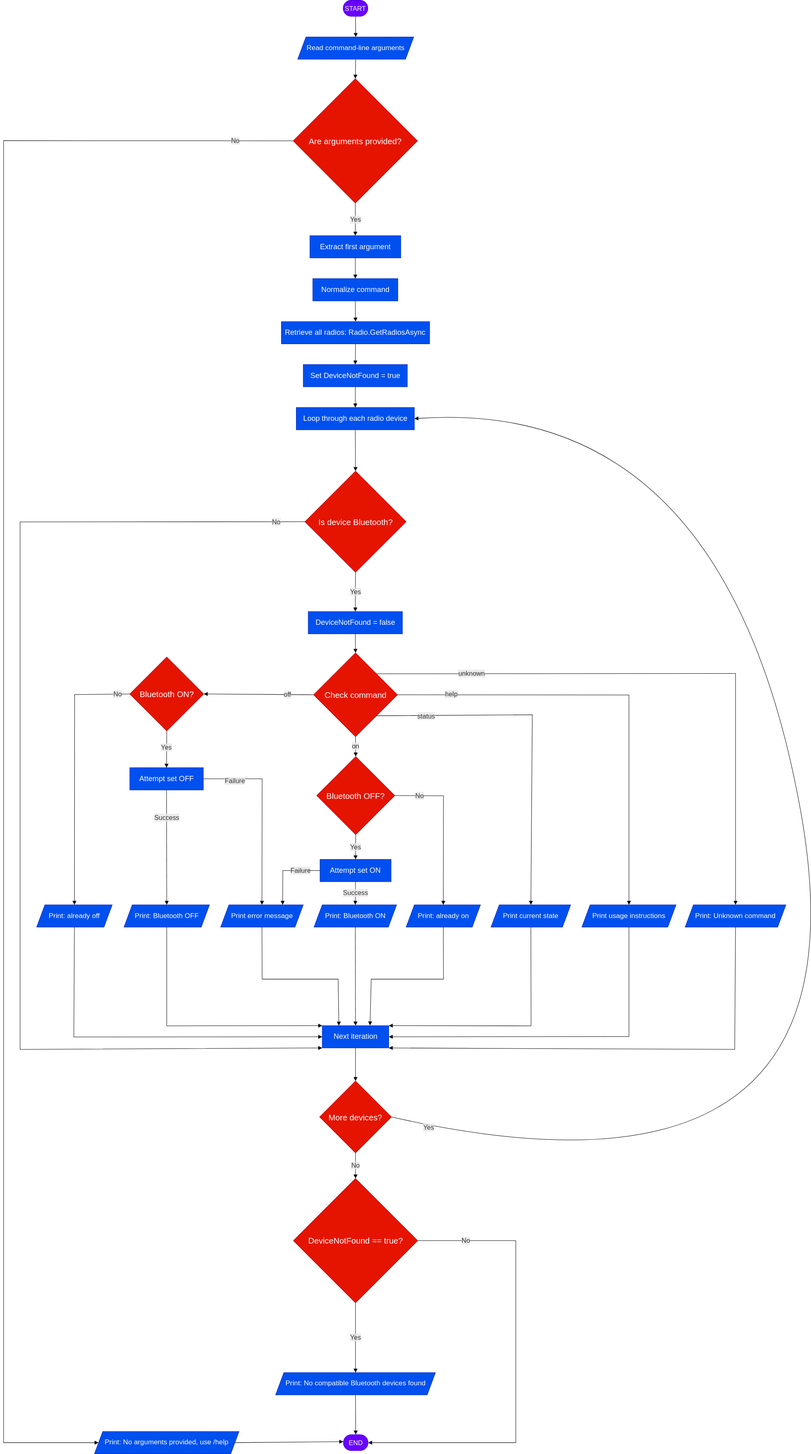
KiyomizuSuzu/Bluetooth keeps this draw.io diagram as Bluetooth.drawio.svg. Above is the earlier version. Source tidied: cells renumbered, new cells last; positions are measured from the earlier drawing's top-left corner, leaving out a move shared by most shapes.
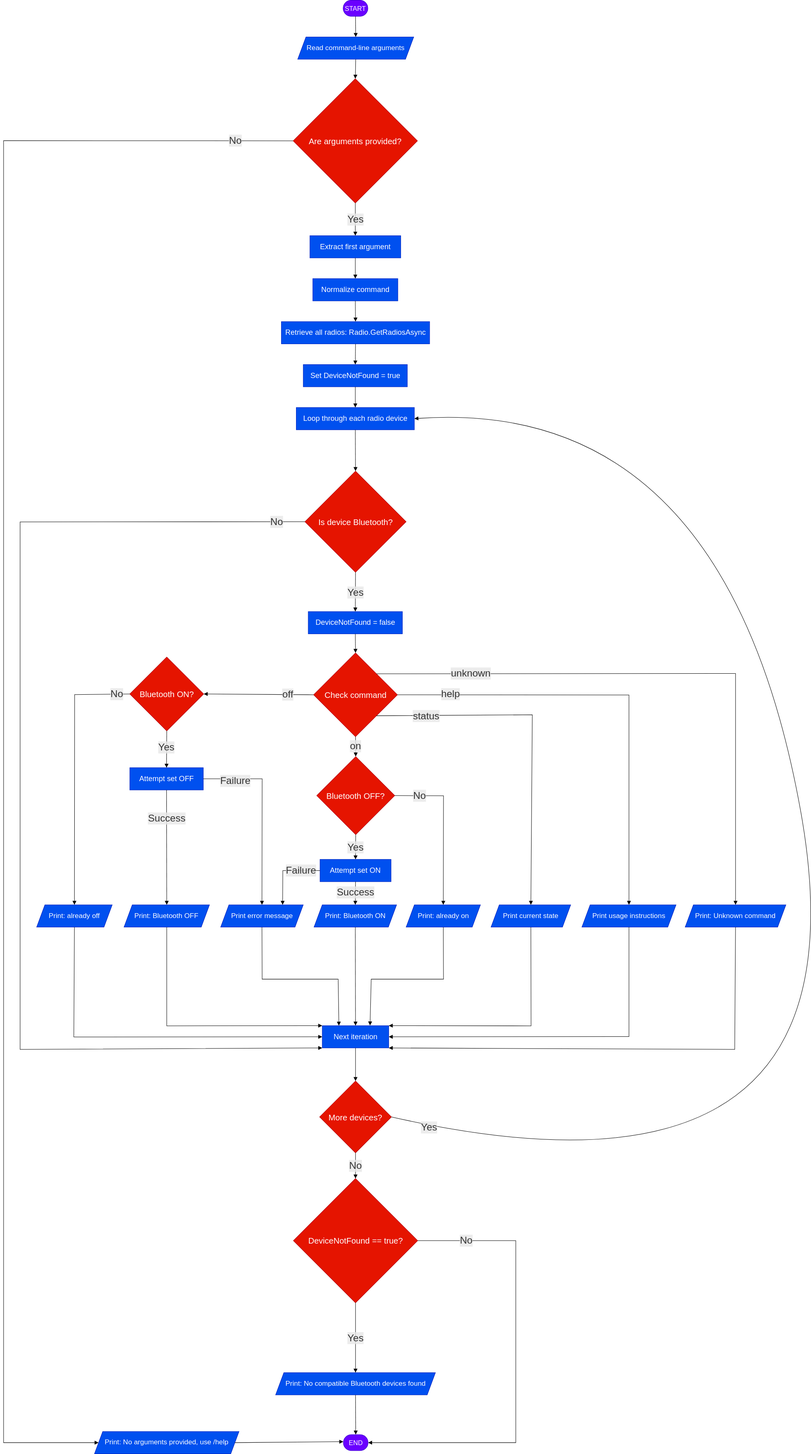
The same file after the commit.

The edit, as a diff of the source:
```diff
@@ -95,7 +95,7 @@
     <mxCell id="32" style="curved=1;startArrow=none;endArrow=block;endSize=7;exitX=0.5;exitY=1;entryX=0.5;entryY=0;rounded=0;" parent="1" edge="1" source="3" target="4">
       <mxGeometry relative="1" as="geometry" />
     </mxCell>
-    <mxCell id="33" value="No" style="curved=0;startArrow=none;endArrow=block;endSize=7;html=1;fontSize=16;labelBackgroundColor=light-dark(#E8E8E88D,#2a2a2a8D);fontFamily=Trebuchet MS,Verdana,Arial,sans-serif;fontColor=light-dark(#333333,#cccccc);exitX=0;exitY=0.5;entryX=0;entryY=0.5;rounded=0;exitDx=0;exitDy=0;entryDx=0;entryDy=0;" parent="1" edge="1" source="4" target="5">
+    <mxCell id="33" value="No" style="curved=0;startArrow=none;endArrow=block;endSize=7;html=1;fontSize=24;labelBackgroundColor=light-dark(#E8E8E88D,#2a2a2a8D);fontFamily=Trebuchet MS,Verdana,Arial,sans-serif;fontColor=light-dark(#333333,#cccccc);exitX=0;exitY=0.5;entryX=0;entryY=0.5;rounded=0;exitDx=0;exitDy=0;entryDx=0;entryDy=0;" parent="1" edge="1" source="4" target="5">
       <mxGeometry x="-0.93" relative="1" as="geometry">
         <Array as="points">
           <mxPoint y="340" />
@@ -106,7 +106,7 @@
     <mxCell id="34" style="curved=1;startArrow=none;endArrow=block;endSize=7;exitX=1;exitY=0.5;entryX=0;entryY=0.44;rounded=0;exitDx=0;exitDy=0;" parent="1" edge="1" source="5" target="6">
       <mxGeometry relative="1" as="geometry" />
     </mxCell>
-    <mxCell id="35" value="Yes" style="curved=1;startArrow=none;endArrow=block;endSize=7;html=1;fontSize=16;labelBackgroundColor=light-dark(#E8E8E88D,#2a2a2a8D);fontFamily=Trebuchet MS,Verdana,Arial,sans-serif;fontColor=light-dark(#333333,#cccccc);exitX=0.5;exitY=1;entryX=0.5;entryY=0;rounded=0;exitDx=0;exitDy=0;" parent="1" edge="1" source="4" target="7">
+    <mxCell id="35" value="Yes" style="curved=1;startArrow=none;endArrow=block;endSize=7;html=1;fontSize=24;labelBackgroundColor=light-dark(#E8E8E88D,#2a2a2a8D);fontFamily=Trebuchet MS,Verdana,Arial,sans-serif;fontColor=light-dark(#333333,#cccccc);exitX=0.5;exitY=1;entryX=0.5;entryY=0;rounded=0;exitDx=0;exitDy=0;" parent="1" edge="1" source="4" target="7">
       <mxGeometry relative="1" as="geometry" />
     </mxCell>
     <mxCell id="36" style="curved=1;startArrow=none;endArrow=block;endSize=7;exitX=0.5;exitY=1;entryX=0.5;entryY=0;rounded=0;" parent="1" edge="1" source="7" target="8">
@@ -124,7 +124,7 @@
     <mxCell id="40" style="curved=1;startArrow=none;endArrow=block;endSize=7;entryX=0.5;entryY=0;rounded=0;exitX=0.5;exitY=1;exitDx=0;exitDy=0;" parent="1" edge="1" source="11" target="12">
       <mxGeometry relative="1" as="geometry" />
     </mxCell>
-    <mxCell id="41" value="No" style="curved=0;startArrow=none;endArrow=block;endSize=7;html=1;fontSize=16;labelBackgroundColor=light-dark(#E8E8E88D,#2a2a2a8D);fontFamily=Trebuchet MS,Verdana,Arial,sans-serif;fontColor=light-dark(#333333,#cccccc);exitX=0;exitY=0.5;rounded=0;exitDx=0;exitDy=0;entryX=0;entryY=1;entryDx=0;entryDy=0;" parent="1" edge="1" source="12" target="13">
+    <mxCell id="41" value="No" style="curved=0;startArrow=none;endArrow=block;endSize=7;html=1;fontSize=24;labelBackgroundColor=light-dark(#E8E8E88D,#2a2a2a8D);fontFamily=Trebuchet MS,Verdana,Arial,sans-serif;fontColor=light-dark(#333333,#cccccc);exitX=0;exitY=0.5;rounded=0;exitDx=0;exitDy=0;entryX=0;entryY=1;entryDx=0;entryDy=0;" parent="1" edge="1" source="12" target="13">
       <mxGeometry x="-0.95" relative="1" as="geometry">
         <Array as="points">
           <mxPoint x="40" y="1263" />
@@ -132,73 +132,73 @@
         </Array>
       </mxGeometry>
     </mxCell>
-    <mxCell id="42" value="Yes" style="curved=1;startArrow=none;endArrow=block;endSize=7;html=1;fontSize=16;labelBackgroundColor=light-dark(#E8E8E88D,#2a2a2a8D);fontFamily=Trebuchet MS,Verdana,Arial,sans-serif;fontColor=light-dark(#333333,#cccccc);exitX=0.5;exitY=1;entryX=0.5;entryY=0;rounded=0;exitDx=0;exitDy=0;" parent="1" edge="1" source="12" target="14">
+    <mxCell id="42" value="Yes" style="curved=1;startArrow=none;endArrow=block;endSize=7;html=1;fontSize=24;labelBackgroundColor=light-dark(#E8E8E88D,#2a2a2a8D);fontFamily=Trebuchet MS,Verdana,Arial,sans-serif;fontColor=light-dark(#333333,#cccccc);exitX=0.5;exitY=1;entryX=0.5;entryY=0;rounded=0;exitDx=0;exitDy=0;" parent="1" edge="1" source="12" target="14">
       <mxGeometry relative="1" as="geometry" />
     </mxCell>
     <mxCell id="43" style="curved=1;startArrow=none;endArrow=block;endSize=7;exitX=0.5;exitY=1;entryX=0.5;entryY=0;rounded=0;" parent="1" edge="1" source="14" target="15">
       <mxGeometry relative="1" as="geometry" />
     </mxCell>
-    <mxCell id="44" value="off" style="curved=1;startArrow=none;endArrow=block;endSize=7;html=1;fontSize=16;labelBackgroundColor=light-dark(#E8E8E88D,#2a2a2a8D);fontFamily=Trebuchet MS,Verdana,Arial,sans-serif;fontColor=light-dark(#333333,#cccccc);exitX=0;exitY=0.5;entryX=1;entryY=0.5;rounded=0;entryDx=0;entryDy=0;exitDx=0;exitDy=0;" parent="1" edge="1" source="15" target="16">
+    <mxCell id="44" value="off" style="curved=1;startArrow=none;endArrow=block;endSize=7;html=1;fontSize=24;labelBackgroundColor=light-dark(#E8E8E88D,#2a2a2a8D);fontFamily=Trebuchet MS,Verdana,Arial,sans-serif;fontColor=light-dark(#333333,#cccccc);exitX=0;exitY=0.5;entryX=1;entryY=0.5;rounded=0;entryDx=0;entryDy=0;exitDx=0;exitDy=0;" parent="1" edge="1" source="15" target="16">
       <mxGeometry x="-0.53" relative="1" as="geometry" />
     </mxCell>
-    <mxCell id="45" value="&lt;div&gt;No&lt;/div&gt;" style="curved=0;startArrow=none;endArrow=block;endSize=7;html=1;fontSize=16;labelBackgroundColor=light-dark(#E8E8E88D,#2a2a2a8D);fontFamily=Trebuchet MS,Verdana,Arial,sans-serif;fontColor=light-dark(#333333,#cccccc);exitX=0;exitY=0.5;rounded=0;exitDx=0;exitDy=0;entryX=0.5;entryY=0;entryDx=0;entryDy=0;" parent="1" edge="1" source="16" target="20">
+    <mxCell id="45" value="&lt;div&gt;No&lt;/div&gt;" style="curved=0;startArrow=none;endArrow=block;endSize=7;html=1;fontSize=24;labelBackgroundColor=light-dark(#E8E8E88D,#2a2a2a8D);fontFamily=Trebuchet MS,Verdana,Arial,sans-serif;fontColor=light-dark(#333333,#cccccc);exitX=0;exitY=0.5;rounded=0;exitDx=0;exitDy=0;entryX=0.5;entryY=0;entryDx=0;entryDy=0;" parent="1" edge="1" source="16" target="20">
       <mxGeometry x="-0.9" relative="1" as="geometry">
         <Array as="points">
           <mxPoint x="172" y="1681" />
         </Array>
       </mxGeometry>
     </mxCell>
-    <mxCell id="46" value="Success" style="curved=0;startArrow=none;endArrow=block;endSize=7;html=1;fontSize=16;labelBackgroundColor=light-dark(#E8E8E88D,#2a2a2a8D);fontFamily=Trebuchet MS,Verdana,Arial,sans-serif;fontColor=light-dark(#333333,#cccccc);exitX=0.5;exitY=1;entryX=0.5;entryY=0;rounded=0;exitDx=0;exitDy=0;" parent="1" edge="1" source="17" target="18">
+    <mxCell id="46" value="Success" style="curved=0;startArrow=none;endArrow=block;endSize=7;html=1;fontSize=24;labelBackgroundColor=light-dark(#E8E8E88D,#2a2a2a8D);fontFamily=Trebuchet MS,Verdana,Arial,sans-serif;fontColor=light-dark(#333333,#cccccc);exitX=0.5;exitY=1;entryX=0.5;entryY=0;rounded=0;exitDx=0;exitDy=0;" parent="1" edge="1" source="17" target="18">
       <mxGeometry x="-0.51" relative="1" as="geometry" />
     </mxCell>
-    <mxCell id="47" value="Failure" style="curved=0;startArrow=none;endArrow=block;endSize=7;html=1;fontSize=16;labelBackgroundColor=light-dark(#E8E8E88D,#2a2a2a8D);fontFamily=Trebuchet MS,Verdana,Arial,sans-serif;fontColor=light-dark(#333333,#cccccc);exitX=1;exitY=0.5;entryX=0.5;entryY=0;rounded=0;exitDx=0;exitDy=0;entryDx=0;entryDy=0;" parent="1" edge="1" source="17" target="19">
+    <mxCell id="47" value="Failure" style="curved=0;startArrow=none;endArrow=block;endSize=7;html=1;fontSize=24;labelBackgroundColor=light-dark(#E8E8E88D,#2a2a2a8D);fontFamily=Trebuchet MS,Verdana,Arial,sans-serif;fontColor=light-dark(#333333,#cccccc);exitX=1;exitY=0.5;entryX=0.5;entryY=0;rounded=0;exitDx=0;exitDy=0;entryDx=0;entryDy=0;" parent="1" edge="1" source="17" target="19">
       <mxGeometry x="-0.66" y="-5" relative="1" as="geometry">
         <Array as="points">
           <mxPoint x="626" y="1885" />
         </Array>
       </mxGeometry>
     </mxCell>
-    <mxCell id="48" value="Yes" style="curved=0;startArrow=none;endArrow=block;endSize=7;html=1;fontSize=16;labelBackgroundColor=light-dark(#E8E8E88D,#2a2a2a8D);fontFamily=Trebuchet MS,Verdana,Arial,sans-serif;fontColor=light-dark(#333333,#cccccc);exitX=0.5;exitY=1;rounded=0;exitDx=0;exitDy=0;entryX=0.5;entryY=0;entryDx=0;entryDy=0;" parent="1" edge="1" source="16" target="17">
+    <mxCell id="48" value="Yes" style="curved=0;startArrow=none;endArrow=block;endSize=7;html=1;fontSize=24;labelBackgroundColor=light-dark(#E8E8E88D,#2a2a2a8D);fontFamily=Trebuchet MS,Verdana,Arial,sans-serif;fontColor=light-dark(#333333,#cccccc);exitX=0.5;exitY=1;rounded=0;exitDx=0;exitDy=0;entryX=0.5;entryY=0;entryDx=0;entryDy=0;" parent="1" edge="1" source="16" target="17">
       <mxGeometry x="-0.12" y="-1" relative="1" as="geometry" />
     </mxCell>
-    <mxCell id="49" value="on" style="curved=0;startArrow=none;endArrow=block;endSize=7;html=1;fontSize=16;labelBackgroundColor=light-dark(#E8E8E88D,#2a2a2a8D);fontFamily=Trebuchet MS,Verdana,Arial,sans-serif;fontColor=light-dark(#333333,#cccccc);exitX=0.5;exitY=1;entryX=0.5;entryY=0;rounded=0;exitDx=0;exitDy=0;" parent="1" edge="1" source="15" target="21">
+    <mxCell id="49" value="on" style="curved=0;startArrow=none;endArrow=block;endSize=7;html=1;fontSize=24;labelBackgroundColor=light-dark(#E8E8E88D,#2a2a2a8D);fontFamily=Trebuchet MS,Verdana,Arial,sans-serif;fontColor=light-dark(#333333,#cccccc);exitX=0.5;exitY=1;entryX=0.5;entryY=0;rounded=0;exitDx=0;exitDy=0;" parent="1" edge="1" source="15" target="21">
       <mxGeometry relative="1" as="geometry" />
     </mxCell>
-    <mxCell id="50" value="Yes" style="curved=1;startArrow=none;endArrow=block;endSize=7;html=1;fontSize=16;labelBackgroundColor=light-dark(#E8E8E88D,#2a2a2a8D);fontFamily=Trebuchet MS,Verdana,Arial,sans-serif;fontColor=light-dark(#333333,#cccccc);exitX=0.5;exitY=1;entryX=0.5;entryY=0;rounded=0;exitDx=0;exitDy=0;" parent="1" edge="1" source="21" target="22">
+    <mxCell id="50" value="Yes" style="curved=1;startArrow=none;endArrow=block;endSize=7;html=1;fontSize=24;labelBackgroundColor=light-dark(#E8E8E88D,#2a2a2a8D);fontFamily=Trebuchet MS,Verdana,Arial,sans-serif;fontColor=light-dark(#333333,#cccccc);exitX=0.5;exitY=1;entryX=0.5;entryY=0;rounded=0;exitDx=0;exitDy=0;" parent="1" edge="1" source="21" target="22">
       <mxGeometry relative="1" as="geometry" />
     </mxCell>
-    <mxCell id="51" value="Failure" style="curved=0;startArrow=none;endArrow=block;endSize=7;html=1;fontSize=16;labelBackgroundColor=light-dark(#E8E8E88D,#2a2a2a8D);fontFamily=Trebuchet MS,Verdana,Arial,sans-serif;fontColor=light-dark(#333333,#cccccc);rounded=0;exitDx=0;exitDy=0;entryDx=0;entryDy=0;entryX=0.75;entryY=0;exitX=0;exitY=0.5;" parent="1" edge="1" source="22" target="19">
+    <mxCell id="51" value="Failure" style="curved=0;startArrow=none;endArrow=block;endSize=7;html=1;fontSize=24;labelBackgroundColor=light-dark(#E8E8E88D,#2a2a2a8D);fontFamily=Trebuchet MS,Verdana,Arial,sans-serif;fontColor=light-dark(#333333,#cccccc);rounded=0;exitDx=0;exitDy=0;entryDx=0;entryDy=0;entryX=0.75;entryY=0;exitX=0;exitY=0.5;" parent="1" edge="1" source="22" target="19">
       <mxGeometry x="-0.47" relative="1" as="geometry">
         <Array as="points">
           <mxPoint x="676" y="2107" />
         </Array>
       </mxGeometry>
     </mxCell>
-    <mxCell id="52" value="Success" style="curved=1;startArrow=none;endArrow=block;endSize=7;html=1;fontSize=16;labelBackgroundColor=light-dark(#E8E8E88D,#2a2a2a8D);fontFamily=Trebuchet MS,Verdana,Arial,sans-serif;fontColor=light-dark(#333333,#cccccc);exitX=0.5;exitY=1;rounded=0;exitDx=0;exitDy=0;entryX=0.5;entryY=0;entryDx=0;entryDy=0;" parent="1" edge="1" source="22" target="23">
+    <mxCell id="52" value="Success" style="curved=1;startArrow=none;endArrow=block;endSize=7;html=1;fontSize=24;labelBackgroundColor=light-dark(#E8E8E88D,#2a2a2a8D);fontFamily=Trebuchet MS,Verdana,Arial,sans-serif;fontColor=light-dark(#333333,#cccccc);exitX=0.5;exitY=1;rounded=0;exitDx=0;exitDy=0;entryX=0.5;entryY=0;entryDx=0;entryDy=0;" parent="1" edge="1" source="22" target="23">
       <mxGeometry x="-0.07" relative="1" as="geometry" />
     </mxCell>
-    <mxCell id="53" value="No" style="curved=0;startArrow=none;endArrow=block;endSize=7;html=1;fontSize=16;labelBackgroundColor=light-dark(#E8E8E88D,#2a2a2a8D);fontFamily=Trebuchet MS,Verdana,Arial,sans-serif;fontColor=light-dark(#333333,#cccccc);exitX=1;exitY=0.5;entryX=0.5;entryY=0;rounded=0;exitDx=0;exitDy=0;" parent="1" edge="1" source="21" target="24">
+    <mxCell id="53" value="No" style="curved=0;startArrow=none;endArrow=block;endSize=7;html=1;fontSize=24;labelBackgroundColor=light-dark(#E8E8E88D,#2a2a2a8D);fontFamily=Trebuchet MS,Verdana,Arial,sans-serif;fontColor=light-dark(#333333,#cccccc);exitX=1;exitY=0.5;entryX=0.5;entryY=0;rounded=0;exitDx=0;exitDy=0;" parent="1" edge="1" source="21" target="24">
       <mxGeometry x="-0.68" relative="1" as="geometry">
         <Array as="points">
           <mxPoint x="1065" y="1926" />
         </Array>
       </mxGeometry>
     </mxCell>
-    <mxCell id="54" value="status" style="curved=0;startArrow=none;endArrow=block;endSize=7;html=1;fontSize=16;labelBackgroundColor=light-dark(#E8E8E88D,#2a2a2a8D);fontFamily=Trebuchet MS,Verdana,Arial,sans-serif;fontColor=light-dark(#333333,#cccccc);entryX=0.5;entryY=0;rounded=0;exitX=1;exitY=1;exitDx=0;exitDy=0;" parent="1" edge="1" source="15" target="25">
+    <mxCell id="54" value="status" style="curved=0;startArrow=none;endArrow=block;endSize=7;html=1;fontSize=24;labelBackgroundColor=light-dark(#E8E8E88D,#2a2a2a8D);fontFamily=Trebuchet MS,Verdana,Arial,sans-serif;fontColor=light-dark(#333333,#cccccc);entryX=0.5;entryY=0;rounded=0;exitX=1;exitY=1;exitDx=0;exitDy=0;" parent="1" edge="1" source="15" target="25">
       <mxGeometry x="-0.71" y="-1" relative="1" as="geometry">
         <Array as="points">
           <mxPoint x="1280" y="1730" />
         </Array>
       </mxGeometry>
     </mxCell>
-    <mxCell id="55" value="help" style="curved=0;startArrow=none;endArrow=block;endSize=7;html=1;fontSize=16;labelBackgroundColor=light-dark(#E8E8E88D,#2a2a2a8D);fontFamily=Trebuchet MS,Verdana,Arial,sans-serif;fontColor=light-dark(#333333,#cccccc);exitX=1;exitY=0.5;entryX=0.5;entryY=0;rounded=0;exitDx=0;exitDy=0;" parent="1" edge="1" source="15" target="26">
+    <mxCell id="55" value="help" style="curved=0;startArrow=none;endArrow=block;endSize=7;html=1;fontSize=24;labelBackgroundColor=light-dark(#E8E8E88D,#2a2a2a8D);fontFamily=Trebuchet MS,Verdana,Arial,sans-serif;fontColor=light-dark(#333333,#cccccc);exitX=1;exitY=0.5;entryX=0.5;entryY=0;rounded=0;exitDx=0;exitDy=0;" parent="1" edge="1" source="15" target="26">
       <mxGeometry x="-0.76" y="2" relative="1" as="geometry">
         <Array as="points">
           <mxPoint x="1514" y="1682" />
         </Array>
       </mxGeometry>
     </mxCell>
-    <mxCell id="56" value="unknown" style="curved=0;startArrow=none;endArrow=block;endSize=7;html=1;fontSize=16;labelBackgroundColor=light-dark(#E8E8E88D,#2a2a2a8D);fontFamily=Trebuchet MS,Verdana,Arial,sans-serif;fontColor=light-dark(#333333,#cccccc);entryX=0.5;entryY=0;rounded=0;exitX=1;exitY=0;exitDx=0;exitDy=0;" parent="1" edge="1" source="15" target="27">
+    <mxCell id="56" value="unknown" style="curved=0;startArrow=none;endArrow=block;endSize=7;html=1;fontSize=24;labelBackgroundColor=light-dark(#E8E8E88D,#2a2a2a8D);fontFamily=Trebuchet MS,Verdana,Arial,sans-serif;fontColor=light-dark(#333333,#cccccc);entryX=0.5;entryY=0;rounded=0;exitX=1;exitY=0;exitDx=0;exitDy=0;" parent="1" edge="1" source="15" target="27">
       <mxGeometry x="-0.68" y="1" relative="1" as="geometry">
         <Array as="points">
           <mxPoint x="1772" y="1630" />
@@ -262,7 +262,7 @@
     <mxCell id="65" style="curved=0;startArrow=none;endArrow=block;endSize=7;exitX=0.5;exitY=1;entryX=0.5;entryY=0;rounded=0;entryDx=0;entryDy=0;" parent="1" edge="1" source="13" target="28">
       <mxGeometry relative="1" as="geometry" />
     </mxCell>
-    <mxCell id="66" value="Yes" style="startArrow=none;endArrow=block;endSize=7;html=1;fontSize=16;labelBackgroundColor=light-dark(#E8E8E88D,#2a2a2a8D);fontFamily=Trebuchet MS,Verdana,Arial,sans-serif;fontColor=light-dark(#333333,#cccccc);rounded=0;exitX=1;exitY=0.5;exitDx=0;exitDy=0;entryX=1;entryY=0.5;entryDx=0;entryDy=0;curved=1;" parent="1" edge="1" source="28" target="11">
+    <mxCell id="66" value="Yes" style="startArrow=none;endArrow=block;endSize=7;html=1;fontSize=24;labelBackgroundColor=light-dark(#E8E8E88D,#2a2a2a8D);fontFamily=Trebuchet MS,Verdana,Arial,sans-serif;fontColor=light-dark(#333333,#cccccc);rounded=0;exitX=1;exitY=0.5;exitDx=0;exitDy=0;entryX=1;entryY=0.5;entryDx=0;entryDy=0;curved=1;" parent="1" edge="1" source="28" target="11">
       <mxGeometry x="-0.95" y="-5" relative="1" as="geometry">
         <Array as="points">
           <mxPoint x="2110" y="2970" />
@@ -270,13 +270,13 @@
         </Array>
       </mxGeometry>
     </mxCell>
-    <mxCell id="67" value="No" style="curved=1;startArrow=none;endArrow=block;endSize=7;html=1;fontSize=16;labelBackgroundColor=light-dark(#E8E8E88D,#2a2a2a8D);fontFamily=Trebuchet MS,Verdana,Arial,sans-serif;fontColor=light-dark(#333333,#cccccc);exitX=0.5;exitY=1;entryX=0.5;entryY=0;rounded=0;" parent="1" edge="1" source="28" target="29">
+    <mxCell id="67" value="No" style="curved=1;startArrow=none;endArrow=block;endSize=7;html=1;fontSize=24;labelBackgroundColor=light-dark(#E8E8E88D,#2a2a2a8D);fontFamily=Trebuchet MS,Verdana,Arial,sans-serif;fontColor=light-dark(#333333,#cccccc);exitX=0.5;exitY=1;entryX=0.5;entryY=0;rounded=0;" parent="1" edge="1" source="28" target="29">
       <mxGeometry relative="1" as="geometry" />
     </mxCell>
-    <mxCell id="68" value="Yes" style="curved=1;startArrow=none;endArrow=block;endSize=7;html=1;fontSize=16;labelBackgroundColor=light-dark(#E8E8E88D,#2a2a2a8D);fontFamily=Trebuchet MS,Verdana,Arial,sans-serif;fontColor=light-dark(#333333,#cccccc);exitX=0.5;exitY=1;entryX=0.5;entryY=0;rounded=0;exitDx=0;exitDy=0;" parent="1" edge="1" source="29" target="30">
+    <mxCell id="68" value="Yes" style="curved=1;startArrow=none;endArrow=block;endSize=7;html=1;fontSize=24;labelBackgroundColor=light-dark(#E8E8E88D,#2a2a2a8D);fontFamily=Trebuchet MS,Verdana,Arial,sans-serif;fontColor=light-dark(#333333,#cccccc);exitX=0.5;exitY=1;entryX=0.5;entryY=0;rounded=0;exitDx=0;exitDy=0;" parent="1" edge="1" source="29" target="30">
       <mxGeometry relative="1" as="geometry" />
     </mxCell>
-    <mxCell id="69" value="No" style="curved=0;startArrow=none;endArrow=block;endSize=7;html=1;fontSize=16;labelBackgroundColor=light-dark(#E8E8E88D,#2a2a2a8D);fontFamily=Trebuchet MS,Verdana,Arial,sans-serif;fontColor=light-dark(#333333,#cccccc);exitX=1;exitY=0.5;entryX=1;entryY=0.5;rounded=0;exitDx=0;exitDy=0;entryDx=0;entryDy=0;" parent="1" edge="1" source="29" target="6">
+    <mxCell id="69" value="No" style="curved=0;startArrow=none;endArrow=block;endSize=7;html=1;fontSize=24;labelBackgroundColor=light-dark(#E8E8E88D,#2a2a2a8D);fontFamily=Trebuchet MS,Verdana,Arial,sans-serif;fontColor=light-dark(#333333,#cccccc);exitX=1;exitY=0.5;entryX=1;entryY=0.5;rounded=0;exitDx=0;exitDy=0;entryDx=0;entryDy=0;" parent="1" edge="1" source="29" target="6">
       <mxGeometry x="-0.78" relative="1" as="geometry">
         <Array as="points">
           <mxPoint x="1240" y="3003" />
```
